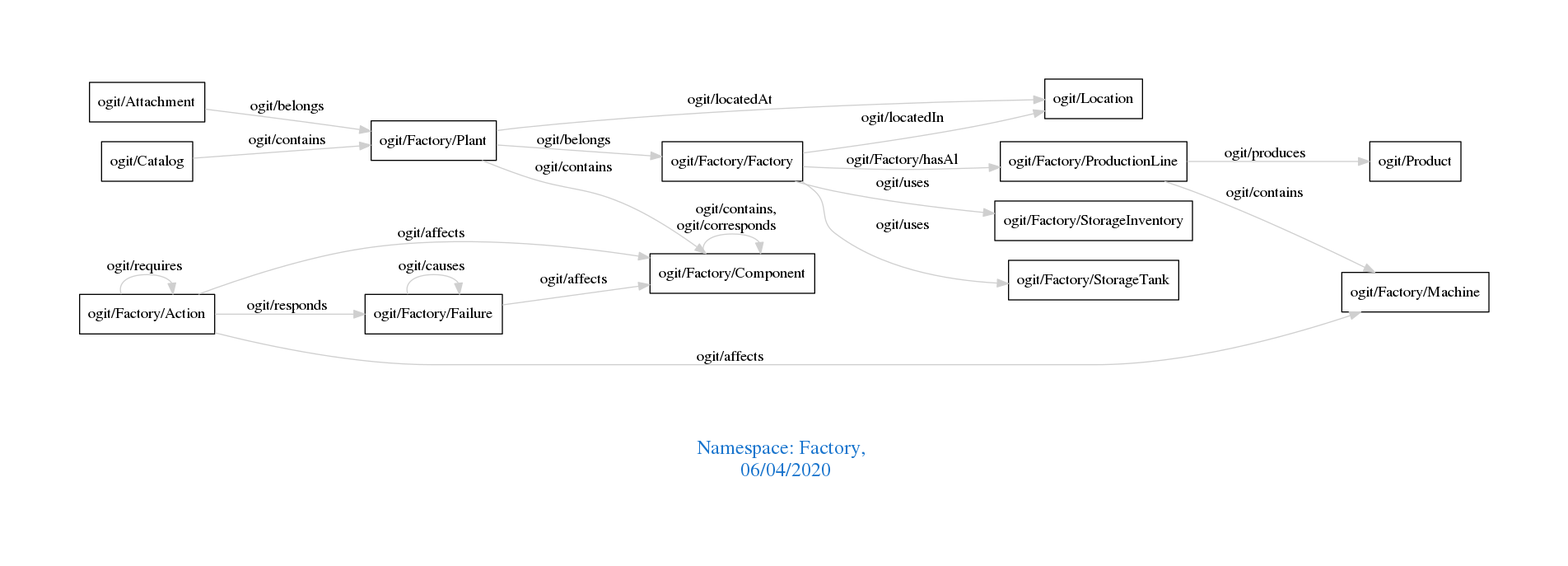
Above: downloads/Factory.png in arago/OGIT (Graphviz), before the change. Its source is kept beside it as downloads/Factory.dot.
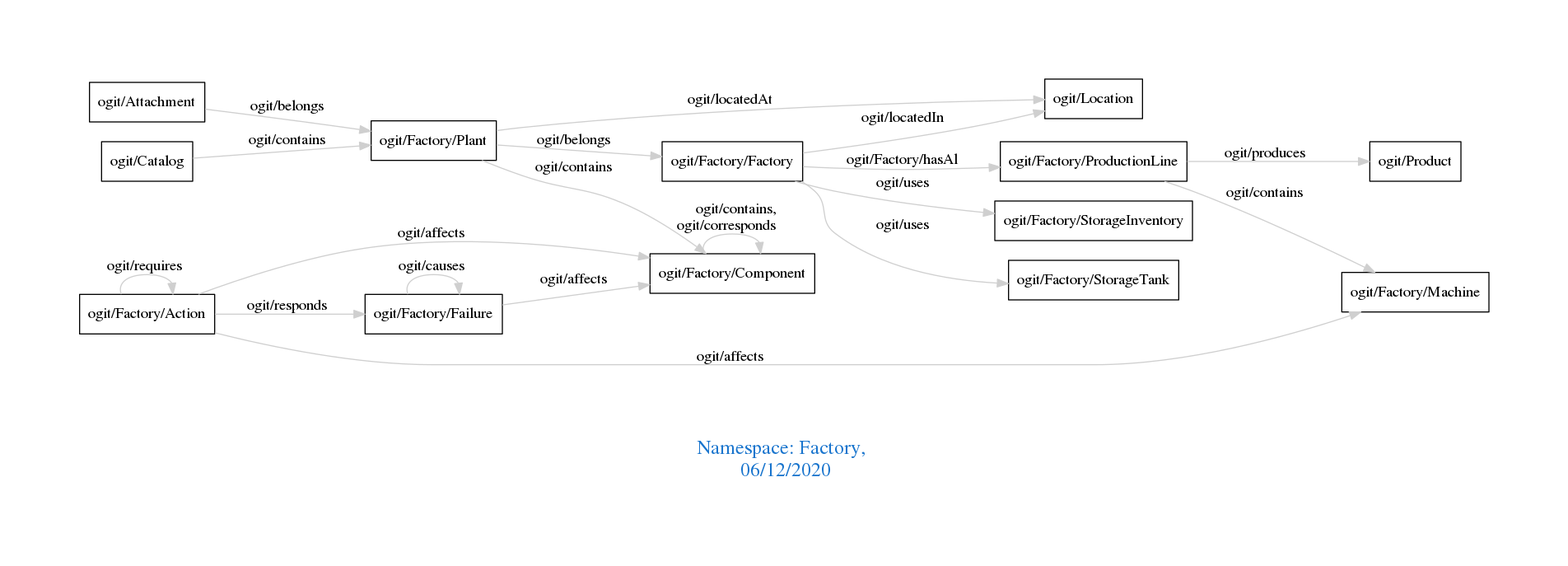
The same diagram one commit later.

Change to the diagram source:
```diff
@@ -1,7 +1,7 @@
 digraph OGIT_ontology {
  graph [ rankdir= LR,pad=1
 fontsize = 18,
-fontcolor= dodgerblue3,label = "\n\n\nNamespace: Factory, \n 06/04/2020"];
+fontcolor= dodgerblue3,label = "\n\n\nNamespace: Factory, \n 06/12/2020"];
 node[shape=polygon];
 edge [  color="gray81"];
 
```
